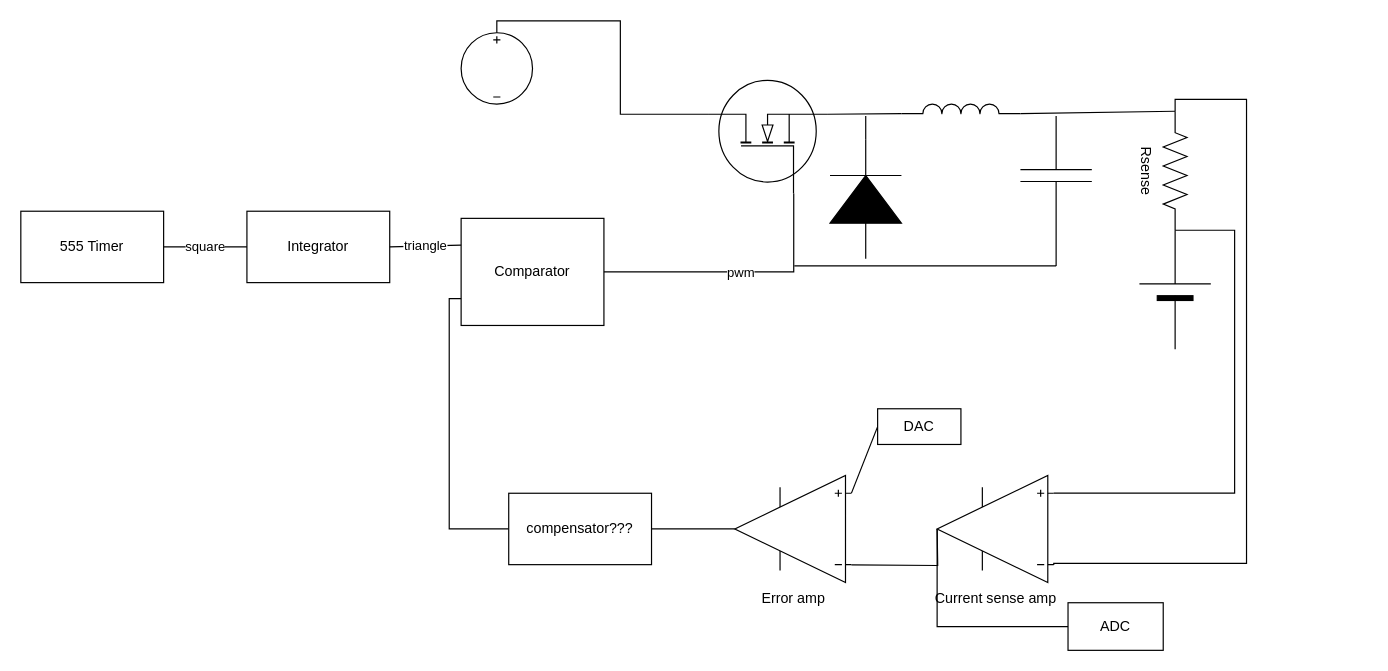
Above: docs/chargeCircuit.drawio in chillyphilly01/last-charge (draw.io), before the change. Source tidied: cells renumbered, new cells numbered last; positions are measured from the earlier drawing's top-left corner, leaving out a move shared by most shapes. Both pictures are drawn from the tidied source at 119%, with x=0, y=0 at pixel (20, 32).
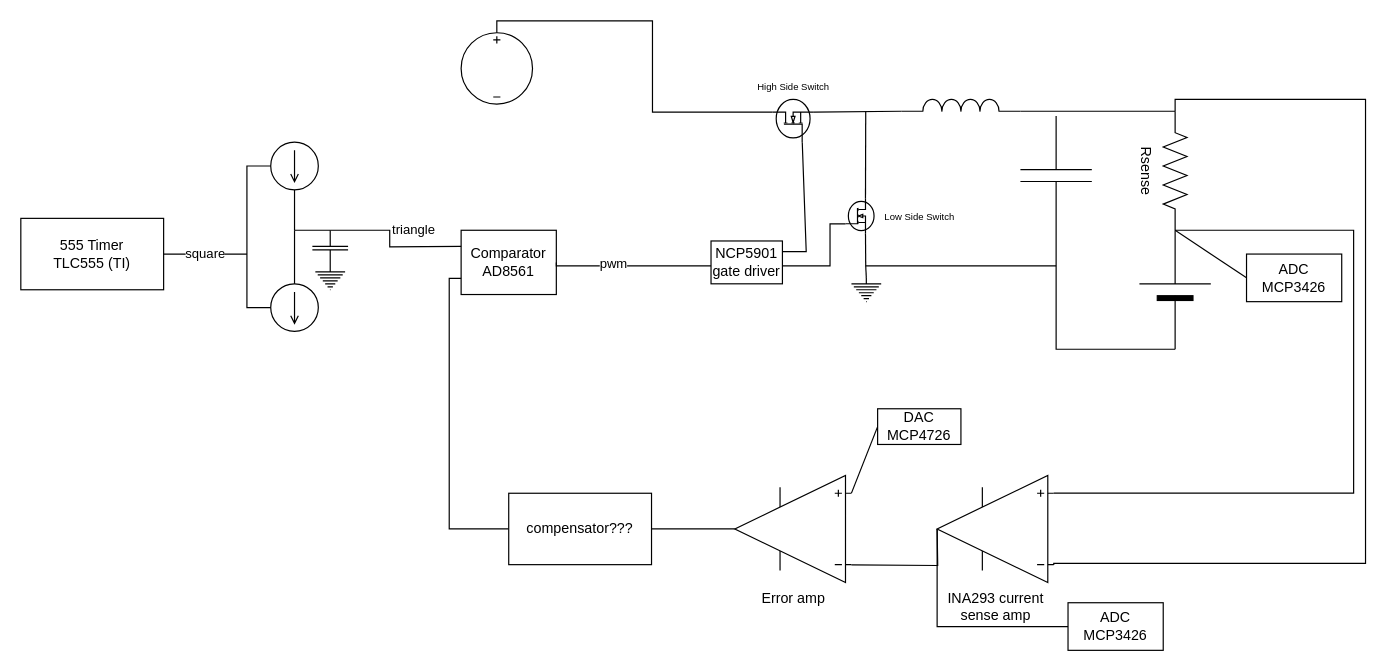
The same page after the edit.

Commit message:
Updated charge circuit diagram with chosen parts for some components

Unchanged cells that the change refers to:
```xml
<mxCell id="21" style="verticalLabelPosition=bottom;shadow=0;dashed=0;align=center;fillColor=strokeColor;html=1;verticalAlign=top;strokeWidth=1;shape=mxgraph.electrical.miscellaneous.monocell_battery;rotation=-90;" parent="1" vertex="1">
  <mxGeometry x="920" y="186" width="100" height="60" as="geometry" />
</mxCell>
<mxCell id="22" value="Rsense" style="verticalLabelPosition=bottom;shadow=0;dashed=0;align=center;html=1;verticalAlign=top;shape=mxgraph.electrical.resistors.resistor_2;rotation=90;" parent="1" vertex="1">
  <mxGeometry x="920" y="106" width="100" height="20" as="geometry" />
</mxCell>
```

What changed in the source:
```diff
@@
-    <mxCell id="2" value="555 Timer" style="rounded=0;whiteSpace=wrap;html=1;" parent="1" vertex="1">
-      <mxGeometry y="150" width="120" height="60" as="geometry" />
+    <mxCell id="2" value="555 Timer&lt;br&gt;TLC555 (TI)" style="rounded=0;whiteSpace=wrap;html=1;" parent="1" vertex="1">
+      <mxGeometry y="156" width="120" height="60" as="geometry" />
     </mxCell>
-    <mxCell id="3" value="Integrator" style="rounded=0;whiteSpace=wrap;html=1;" parent="1" vertex="1">
-      <mxGeometry x="190" y="150" width="120" height="60" as="geometry" />
-    </mxCell>
-    <mxCell id="4" value="Comparator" style="rounded=0;whiteSpace=wrap;html=1;" parent="1" vertex="1">
-      <mxGeometry x="370" y="156" width="120" height="90" as="geometry" />
+    <mxCell id="4" value="Comparator&lt;br&gt;AD8561" style="rounded=0;whiteSpace=wrap;html=1;" parent="1" vertex="1">
+      <mxGeometry x="370" y="166" width="80" height="54" as="geometry" />
     </mxCell>
     <mxCell id="5" style="verticalLabelPosition=bottom;shadow=0;dashed=0;align=center;html=1;verticalAlign=top;shape=mxgraph.electrical.mosfets1.mosfet_ic_n;direction=north;" parent="1" vertex="1">
-      <mxGeometry x="577.5" y="40" width="100" height="95" as="geometry" />
+      <mxGeometry x="631.6" y="56" width="34.8" height="36" as="geometry" />
     </mxCell>
     <mxCell id="6" style="verticalLabelPosition=bottom;shadow=0;dashed=0;align=center;html=1;verticalAlign=top;shape=mxgraph.electrical.inductors.inductor_3;" parent="1" vertex="1">
-      <mxGeometry x="740" y="60" width="100" height="8" as="geometry" />
+      <mxGeometry x="740" y="56" width="100" height="10" as="geometry" />
     </mxCell>
-    <mxCell id="7" value="square" style="endArrow=none;html=1;rounded=0;entryX=0;entryY=0.5;entryDx=0;entryDy=0;exitX=1;exitY=0.5;exitDx=0;exitDy=0;" parent="1" edge="1" source="2" target="3">
-      <mxGeometry relative="1" as="geometry" />
+    <mxCell id="7" value="square" style="endArrow=none;html=1;rounded=0;exitX=1;exitY=0.5;exitDx=0;exitDy=0;" parent="1" edge="1" source="2">
+      <mxGeometry relative="1" as="geometry">
+        <mxPoint x="190" y="186" as="targetPoint" />
+      </mxGeometry>
     </mxCell>
-    <mxCell id="8" value="triangle" style="endArrow=none;html=1;rounded=0;entryX=0;entryY=0.25;entryDx=0;entryDy=0;exitX=1;exitY=0.5;exitDx=0;exitDy=0;" parent="1" edge="1" source="3" target="4">
-      <mxGeometry relative="1" as="geometry" />
+    <mxCell id="8" value="triangle" style="endArrow=none;html=1;rounded=0;entryX=0;entryY=0.25;entryDx=0;entryDy=0;exitX=0;exitY=0.5;exitDx=0;exitDy=0;exitPerimeter=0;" parent="1" edge="1" source="46" target="4">
+      <mxGeometry x="0.36" y="14" relative="1" as="geometry">
+        <Array as="points">
+          <mxPoint x="310" y="166" />
+          <mxPoint x="310" y="180" />
+        </Array>
+      </mxGeometry>
     </mxCell>
-    <mxCell id="9" style="endArrow=none;html=1;rounded=0;entryX=0;entryY=0.72;entryDx=0;entryDy=0;entryPerimeter=0;exitX=1;exitY=0.5;exitDx=0;exitDy=0;edgeStyle=orthogonalEdgeStyle;" parent="1" edge="1" source="4" target="5">
-      <mxGeometry relative="1" as="geometry" />
+    <mxCell id="9" style="endArrow=none;html=1;rounded=0;exitX=1;exitY=0.5;exitDx=0;exitDy=0;edgeStyle=orthogonalEdgeStyle;entryX=0;entryY=0.72;entryDx=0;entryDy=0;entryPerimeter=0;" parent="1" edge="1" source="4" target="34">
+      <mxGeometry relative="1" as="geometry">
+        <Array as="points">
+          <mxPoint x="450" y="196" />
+          <mxPoint x="680" y="196" />
+          <mxPoint x="680" y="161" />
+        </Array>
+      </mxGeometry>
     </mxCell>
     <mxCell id="10" value="pwm" style="edgeLabel;html=1;align=center;verticalAlign=middle;" parent="9" vertex="1">
       <mxGeometry x="0.3" y="-2" relative="1" as="geometry">
-        <mxPoint x="-33" y="-2" as="offset" />
+        <mxPoint x="-133" y="-5" as="offset" />
       </mxGeometry>
     </mxCell>
@@
-    <mxCell id="12" style="fillColor=strokeColor;verticalLabelPosition=bottom;shadow=0;dashed=0;align=center;html=1;verticalAlign=top;shape=mxgraph.electrical.diodes.diode;rotation=-90;" parent="1" vertex="1">
-      <mxGeometry x="660" y="110" width="100" height="60" as="geometry" />
-    </mxCell>
@@
-    <mxCell id="14" style="endArrow=none;html=1;rounded=0;entryX=1;entryY=0.5;entryDx=0;entryDy=0;entryPerimeter=0;" parent="1" edge="1" target="12">
+    <mxCell id="14" style="endArrow=none;html=1;rounded=0;entryX=0.7;entryY=0;entryDx=0;entryDy=0;entryPerimeter=0;" parent="1" edge="1" target="34">
       <mxGeometry relative="1" as="geometry">
-        <mxPoint x="710" y="70" as="sourcePoint" />
+        <mxPoint x="710" y="66" as="sourcePoint" />
       </mxGeometry>
     </mxCell>
@@
     <mxCell id="19" style="endArrow=none;html=1;rounded=0;" parent="1" edge="1">
       <mxGeometry relative="1" as="geometry">
-        <mxPoint x="650" y="196" as="sourcePoint" />
+        <mxPoint x="710" y="196" as="sourcePoint" />
         <mxPoint x="870" y="196" as="targetPoint" />
       </mxGeometry>
     </mxCell>
@@
-    <mxCell id="24" value="ADC" style="rounded=0;whiteSpace=wrap;html=1;" parent="1" vertex="1">
+    <mxCell id="24" value="ADC&lt;br&gt;MCP3426" style="rounded=0;whiteSpace=wrap;html=1;" parent="1" vertex="1">
       <mxGeometry x="880" y="479" width="80" height="40" as="geometry" />
     </mxCell>
-    <mxCell id="25" value="DAC" style="rounded=0;whiteSpace=wrap;html=1;" parent="1" vertex="1">
+    <mxCell id="25" value="DAC&lt;br&gt;MCP4726" style="rounded=0;whiteSpace=wrap;html=1;" parent="1" vertex="1">
       <mxGeometry x="720" y="316" width="70" height="30" as="geometry" />
     </mxCell>
@@
     <mxCell id="27" style="endArrow=none;html=1;rounded=0;exitX=0;exitY=0.835;exitDx=0;exitDy=0;exitPerimeter=0;entryX=0;entryY=0.5;entryDx=0;entryDy=0;entryPerimeter=0;edgeStyle=orthogonalEdgeStyle;" parent="1" edge="1" target="22">
       <mxGeometry relative="1" as="geometry">
         <mxPoint x="868" y="447.2" as="sourcePoint" />
         <Array as="points">
           <mxPoint x="868" y="446" />
-          <mxPoint x="1030" y="446" />
-          <mxPoint x="1030" y="56" />
+          <mxPoint x="1130" y="446" />
+          <mxPoint x="1130" y="56" />
           <mxPoint x="970" y="56" />
         </Array>
       </mxGeometry>
     </mxCell>
     <mxCell id="28" style="endArrow=none;html=1;rounded=0;entryX=1;entryY=0.5;entryDx=0;entryDy=0;entryPerimeter=0;exitX=0;exitY=0.165;exitDx=0;exitDy=0;exitPerimeter=0;edgeStyle=orthogonalEdgeStyle;" parent="1" edge="1" target="22">
       <mxGeometry relative="1" as="geometry">
         <mxPoint x="868" y="386.9" as="sourcePoint" />
         <Array as="points">
-          <mxPoint x="1020" y="387" />
-          <mxPoint x="1020" y="166" />
+          <mxPoint x="1120" y="387" />
+          <mxPoint x="1120" y="166" />
         </Array>
       </mxGeometry>
     </mxCell>
@@
-    <mxCell id="32" value="Current sense amp" style="verticalLabelPosition=bottom;shadow=0;dashed=0;align=center;html=1;verticalAlign=top;shape=mxgraph.electrical.abstract.operational_amp_1;flipH=1;flipV=1;" parent="1" vertex="1">
+    <mxCell id="32" value="INA293 current&lt;br&gt;sense amp" style="verticalLabelPosition=bottom;shadow=0;dashed=0;align=center;html=1;verticalAlign=top;shape=mxgraph.electrical.abstract.operational_amp_1;flipH=1;flipV=1;" parent="1" vertex="1">
       <mxGeometry x="770" y="372" width="98" height="90" as="geometry" />
     </mxCell>
@@
+    <mxCell id="34" style="verticalLabelPosition=bottom;shadow=0;dashed=0;align=center;html=1;verticalAlign=top;shape=mxgraph.electrical.mosfets1.mosfet_ic_n;direction=north;rotation=90;" parent="1" vertex="1">
+      <mxGeometry x="690" y="142" width="30" height="24" as="geometry" />
+    </mxCell>
+    <mxCell id="35" style="verticalLabelPosition=bottom;shadow=0;dashed=0;align=center;html=1;verticalAlign=top;shape=mxgraph.electrical.signal_sources.protective_earth;" parent="1" vertex="1">
+      <mxGeometry x="698" y="206" width="25" height="20" as="geometry" />
+    </mxCell>
+    <mxCell id="36" style="endArrow=none;html=1;rounded=0;entryX=0.7;entryY=1;entryDx=0;entryDy=0;entryPerimeter=0;" parent="1" edge="1" target="34">
+      <mxGeometry relative="1" as="geometry">
+        <mxPoint x="710" y="196" as="sourcePoint" />
+      </mxGeometry>
+    </mxCell>
+    <mxCell id="37" value="NCP5901 gate driver" style="rounded=0;whiteSpace=wrap;html=1;" parent="1" vertex="1">
+      <mxGeometry x="580" y="175" width="60" height="36" as="geometry" />
+    </mxCell>
+    <mxCell id="38" style="endArrow=none;html=1;rounded=0;exitX=1;exitY=0.25;exitDx=0;exitDy=0;entryX=0;entryY=0.72;entryDx=0;entryDy=0;entryPerimeter=0;" parent="1" edge="1" source="37" target="5">
+      <mxGeometry relative="1" as="geometry">
+        <Array as="points">
+          <mxPoint x="660" y="184" />
+        </Array>
+      </mxGeometry>
+    </mxCell>
+    <mxCell id="39" value="&lt;font style=&quot;font-size: 8px;&quot;&gt;High Side Switch&lt;/font&gt;" style="text;html=1;align=center;verticalAlign=middle;strokeColor=none;fillColor=none;" parent="1" vertex="1">
+      <mxGeometry x="609" y="30" width="80" height="30" as="geometry" />
+    </mxCell>
+    <mxCell id="40" value="&lt;font style=&quot;font-size: 8px;&quot;&gt;Low Side Switch&lt;/font&gt;" style="text;html=1;align=center;verticalAlign=middle;strokeColor=none;fillColor=none;" parent="1" vertex="1">
+      <mxGeometry x="715" y="139" width="80" height="30" as="geometry" />
+    </mxCell>
+    <mxCell id="41" style="endArrow=none;html=1;rounded=0;fontSize=8;exitX=0.5;exitY=0;exitDx=0;exitDy=0;exitPerimeter=0;" parent="1" edge="1" source="35">
+      <mxGeometry relative="1" as="geometry">
+        <mxPoint x="710" y="196" as="targetPoint" />
+      </mxGeometry>
+    </mxCell>
+    <mxCell id="42" style="endArrow=none;html=1;rounded=0;fontSize=8;entryX=0;entryY=0.5;entryDx=0;entryDy=0;entryPerimeter=0;" parent="1" edge="1" target="21">
+      <mxGeometry relative="1" as="geometry">
+        <mxPoint x="870" y="196" as="sourcePoint" />
+        <Array as="points">
+          <mxPoint x="870" y="266" />
+        </Array>
+      </mxGeometry>
+    </mxCell>
+    <mxCell id="43" value="ADC&lt;br&gt;MCP3426" style="rounded=0;whiteSpace=wrap;html=1;" parent="1" vertex="1">
+      <mxGeometry x="1030" y="186" width="80" height="40" as="geometry" />
+    </mxCell>
+    <mxCell id="44" style="endArrow=none;html=1;rounded=0;fontSize=8;entryX=1;entryY=0.5;entryDx=0;entryDy=0;entryPerimeter=0;exitX=0;exitY=0.5;exitDx=0;exitDy=0;" parent="1" edge="1" source="43" target="21">
+      <mxGeometry relative="1" as="geometry" />
+    </mxCell>
+    <mxCell id="45" style="verticalLabelPosition=bottom;shadow=0;dashed=0;align=center;html=1;verticalAlign=top;shape=mxgraph.electrical.signal_sources.source;points=[[0.5,0,0],[1,0.5,0],[0.5,1,0],[0,0.5,0]];elSignalType=dc1;rotation=90;" parent="1" vertex="1">
+      <mxGeometry x="210" y="92" width="40" height="40" as="geometry" />
+    </mxCell>
+    <mxCell id="46" style="verticalLabelPosition=bottom;shadow=0;dashed=0;align=center;html=1;verticalAlign=top;shape=mxgraph.electrical.capacitors.capacitor_1;rotation=90;" parent="1" vertex="1">
+      <mxGeometry x="245" y="166" width="30" height="30" as="geometry" />
+    </mxCell>
+    <mxCell id="47" style="endArrow=none;html=1;rounded=0;entryX=1;entryY=0.5;entryDx=0;entryDy=0;entryPerimeter=0;" parent="1" edge="1" target="45">
+      <mxGeometry relative="1" as="geometry">
+        <mxPoint x="230" y="166" as="sourcePoint" />
+      </mxGeometry>
+    </mxCell>
+    <mxCell id="48" style="endArrow=none;html=1;rounded=0;entryX=0;entryY=0.5;entryDx=0;entryDy=0;entryPerimeter=0;" parent="1" edge="1" target="46">
+      <mxGeometry relative="1" as="geometry">
+        <mxPoint x="230" y="166" as="sourcePoint" />
+      </mxGeometry>
+    </mxCell>
+    <mxCell id="49" style="verticalLabelPosition=bottom;shadow=0;dashed=0;align=center;html=1;verticalAlign=top;shape=mxgraph.electrical.signal_sources.source;points=[[0.5,0,0],[1,0.5,0],[0.5,1,0],[0,0.5,0]];elSignalType=dc1;rotation=90;" parent="1" vertex="1">
+      <mxGeometry x="210" y="211" width="40" height="40" as="geometry" />
+    </mxCell>
+    <mxCell id="50" style="endArrow=none;html=1;rounded=0;exitX=0;exitY=0.5;exitDx=0;exitDy=0;exitPerimeter=0;" parent="1" edge="1" source="49">
+      <mxGeometry relative="1" as="geometry">
+        <mxPoint x="230" y="166" as="targetPoint" />
+      </mxGeometry>
+    </mxCell>
+    <mxCell id="51" style="verticalLabelPosition=bottom;shadow=0;dashed=0;align=center;html=1;verticalAlign=top;shape=mxgraph.electrical.signal_sources.protective_earth;" parent="1" vertex="1">
+      <mxGeometry x="247.5" y="196" width="25" height="20" as="geometry" />
+    </mxCell>
+    <mxCell id="52" style="endArrow=none;html=1;rounded=0;entryX=0.5;entryY=1;entryDx=0;entryDy=0;entryPerimeter=0;" parent="1" edge="1" target="45">
+      <mxGeometry relative="1" as="geometry">
+        <mxPoint x="190" y="186" as="sourcePoint" />
+        <Array as="points">
+          <mxPoint x="190" y="112" />
+        </Array>
+      </mxGeometry>
+    </mxCell>
+    <mxCell id="53" style="endArrow=none;html=1;rounded=0;exitX=0.5;exitY=1;exitDx=0;exitDy=0;exitPerimeter=0;" parent="1" edge="1" source="49">
+      <mxGeometry relative="1" as="geometry">
+        <mxPoint x="190" y="186" as="targetPoint" />
+        <Array as="points">
+          <mxPoint x="190" y="231" />
+        </Array>
+      </mxGeometry>
+    </mxCell>
```
